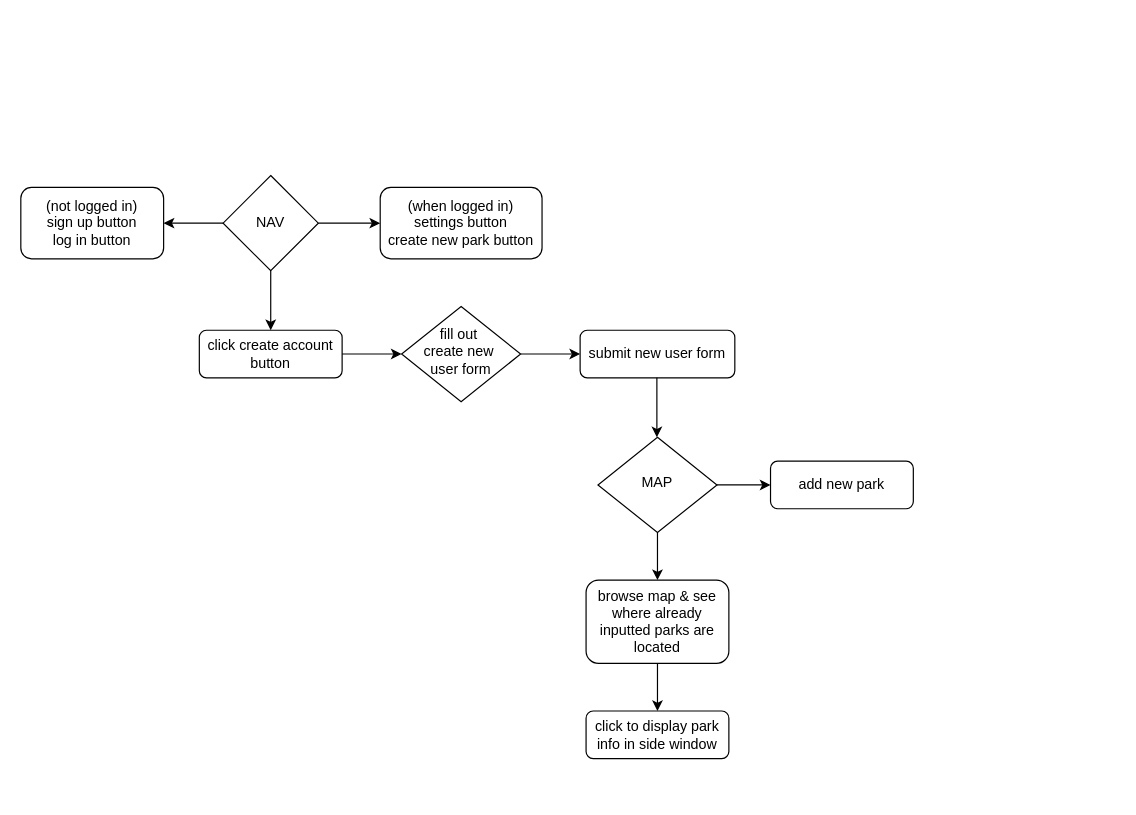
forrestmorrison/bmxparksorg keeps this draw.io diagram as bmxparksorg-flowchart.drawio. Above is the earlier version. Source tidied: cells renumbered, new cells numbered last; positions are measured from the earlier drawing's top-left corner, leaving out a move shared by most shapes. Both pictures are drawn from the tidied source at 119%, with x=0, y=0 at pixel (20, 175).
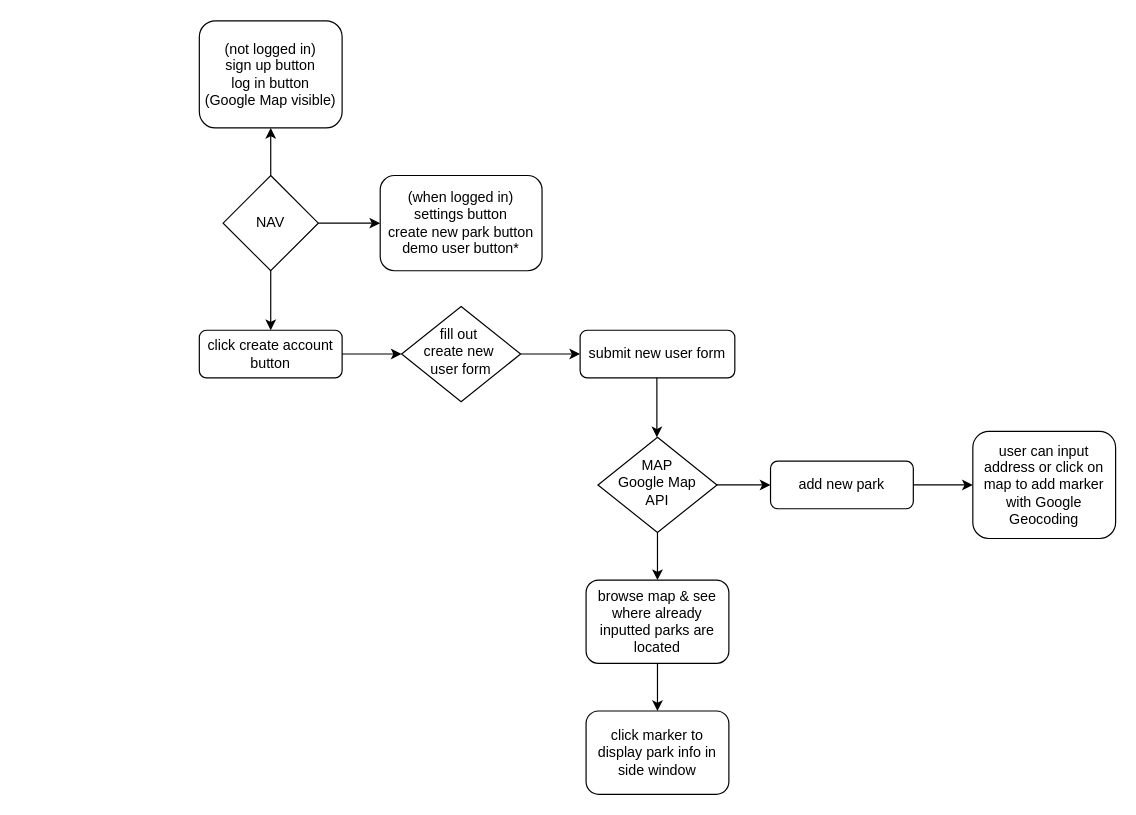
Above is the later version.

The change refers to these unchanged cells:
```xml
<mxCell id="7" value="add new park" style="rounded=1;whiteSpace=wrap;html=1;fontSize=12;glass=0;strokeWidth=1;shadow=0;" parent="1" vertex="1">
  <mxGeometry x="630" y="240" width="120" height="40" as="geometry" />
</mxCell>
<mxCell id="15" value="NAV" style="rhombus;whiteSpace=wrap;html=1;" parent="1" vertex="1">
  <mxGeometry x="170" width="80" height="80" as="geometry" />
</mxCell>
```

Diff of the diagram source:
```diff
@@
-    <mxCell id="5" value="MAP" style="rhombus;whiteSpace=wrap;html=1;shadow=0;fontFamily=Helvetica;fontSize=12;align=center;strokeWidth=1;spacing=6;spacingTop=-4;" parent="1" vertex="1">
+    <mxCell id="5" value="MAP&lt;br&gt;Google Map&lt;br&gt;API" style="rhombus;whiteSpace=wrap;html=1;shadow=0;fontFamily=Helvetica;fontSize=12;align=center;strokeWidth=1;spacing=6;spacingTop=-4;" parent="1" vertex="1">
       <mxGeometry x="485" y="220" width="100" height="80" as="geometry" />
     </mxCell>
-    <mxCell id="6" value="click to display park info in side window" style="rounded=1;whiteSpace=wrap;html=1;fontSize=12;glass=0;strokeWidth=1;shadow=0;" parent="1" vertex="1">
-      <mxGeometry x="475" y="450" width="120" height="40" as="geometry" />
+    <mxCell id="6" value="click marker to display park info in side window" style="rounded=1;whiteSpace=wrap;html=1;fontSize=12;glass=0;strokeWidth=1;shadow=0;" parent="1" vertex="1">
+      <mxGeometry x="475" y="450" width="120" height="70" as="geometry" />
     </mxCell>
@@
-    <mxCell id="18" value="(when logged in)&lt;br&gt;settings button&lt;br&gt;create new park button" style="rounded=1;whiteSpace=wrap;html=1;" parent="1" vertex="1">
-      <mxGeometry x="302" y="10" width="136" height="60" as="geometry" />
+    <mxCell id="18" value="(when logged in)&lt;br&gt;settings button&lt;br&gt;create new park button&lt;br&gt;demo user button*" style="rounded=1;whiteSpace=wrap;html=1;" parent="1" vertex="1">
+      <mxGeometry x="302" width="136" height="80" as="geometry" />
     </mxCell>
-    <mxCell id="19" value="(not logged in)&lt;br&gt;sign up button&lt;br&gt;log in button" style="rounded=1;whiteSpace=wrap;html=1;" parent="1" vertex="1">
-      <mxGeometry y="10" width="120" height="60" as="geometry" />
+    <mxCell id="19" value="(not logged in)&lt;br&gt;sign up button&lt;br&gt;log in button&lt;br&gt;(Google Map visible)" style="rounded=1;whiteSpace=wrap;html=1;" parent="1" vertex="1">
+      <mxGeometry x="150" y="-130" width="120" height="90" as="geometry" />
     </mxCell>
-    <mxCell id="20" style="endArrow=classic;html=1;rounded=0;entryX=1;entryY=0.5;entryDx=0;entryDy=0;exitX=0;exitY=0.5;exitDx=0;exitDy=0;" parent="1" edge="1" source="15" target="19">
-      <mxGeometry relative="1" as="geometry" />
-    </mxCell>
+    <mxCell id="21" style="endArrow=classic;html=1;rounded=0;entryX=0.5;entryY=1;entryDx=0;entryDy=0;" parent="1" edge="1" target="19">
+      <mxGeometry relative="1" as="geometry">
+        <mxPoint x="210" as="sourcePoint" />
+      </mxGeometry>
+    </mxCell>
+    <mxCell id="22" value="user can input address or click on map to add marker with Google Geocoding" style="rounded=1;whiteSpace=wrap;html=1;" parent="1" vertex="1">
+      <mxGeometry x="800" y="215" width="120" height="90" as="geometry" />
+    </mxCell>
+    <mxCell id="23" style="endArrow=classic;html=1;rounded=0;entryX=0;entryY=0.5;entryDx=0;entryDy=0;exitX=1;exitY=0.5;exitDx=0;exitDy=0;" parent="1" edge="1" source="7" target="22">
+      <mxGeometry relative="1" as="geometry" />
+    </mxCell>
```
